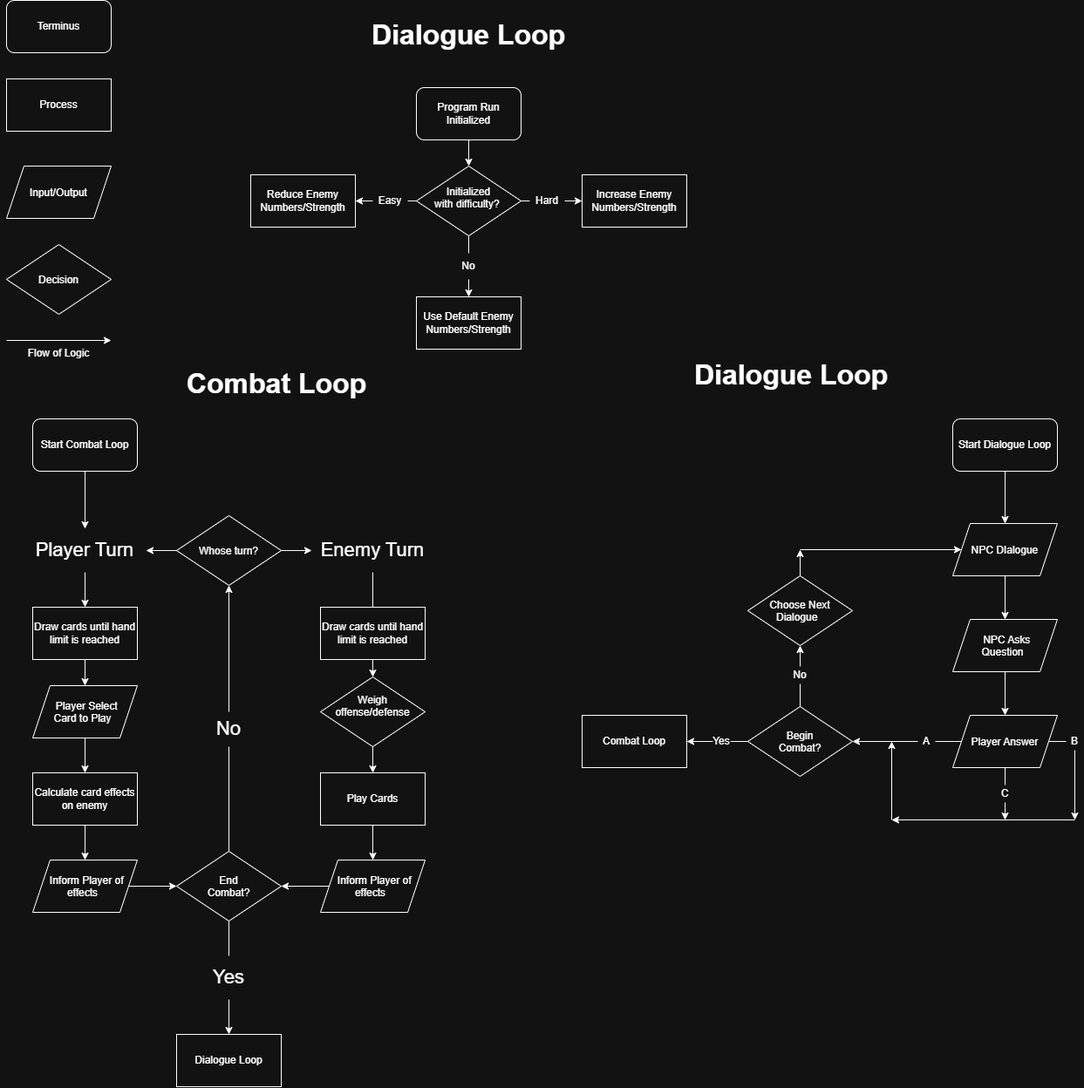
Above: Command Line RPG.drawio.png in Mammal-Man/williams-cpw102-quarter-project (draw.io), before the change. Source tidied: cells renumbered, new cells last; positions are measured from the earlier drawing's top-left corner, leaving out a move shared by most shapes.
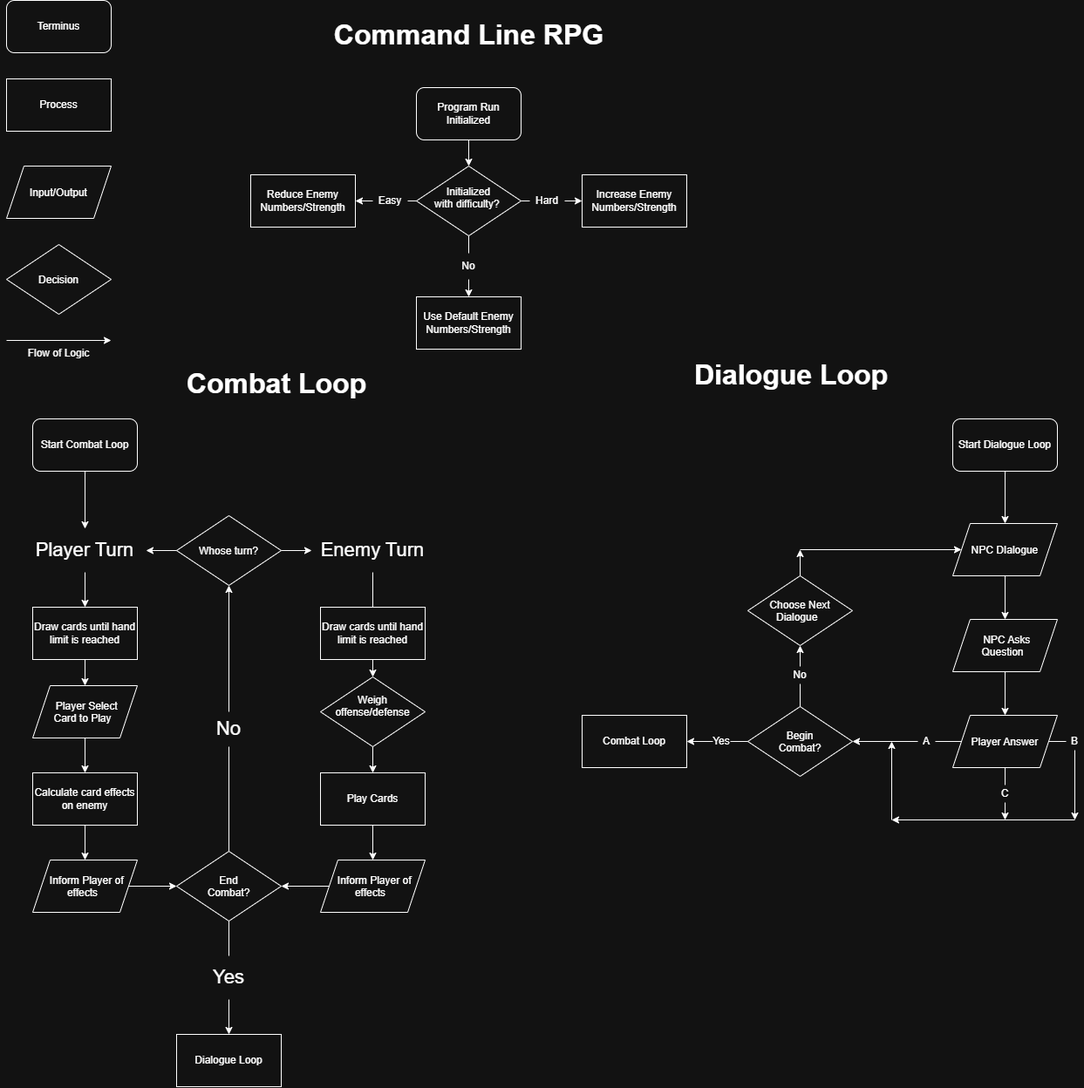
After the change.

What changed in the source:
```diff
@@ -222,8 +222,8 @@
     <mxCell id="62" value="Weigh offense/defense" style="rhombus;whiteSpace=wrap;html=1;shapeInside=1;" parent="1" vertex="1">
       <mxGeometry x="360" y="776" width="120" height="80" as="geometry" />
     </mxCell>
-    <mxCell id="63" value="&lt;font style=&quot;font-size: 32px;&quot;&gt;&lt;b&gt;Dialogue Loop&lt;/b&gt;&lt;/font&gt;" style="text;html=1;whiteSpace=wrap;strokeColor=none;fillColor=none;align=center;verticalAlign=middle;rounded=0;" parent="1" vertex="1">
-      <mxGeometry x="415" y="10" width="230" height="60" as="geometry" />
+    <mxCell id="63" value="&lt;font style=&quot;font-size: 32px;&quot;&gt;&lt;b&gt;Command Line RPG&lt;/b&gt;&lt;/font&gt;" style="text;html=1;whiteSpace=wrap;strokeColor=none;fillColor=none;align=center;verticalAlign=middle;rounded=0;" parent="1" vertex="1">
+      <mxGeometry x="367.5" y="10" width="325" height="60" as="geometry" />
     </mxCell>
     <mxCell id="64" value="Begin Combat?" style="rhombus;whiteSpace=wrap;html=1;shapeInside=1;" parent="1" vertex="1">
       <mxGeometry x="850" y="810" width="120" height="80" as="geometry" />
```
